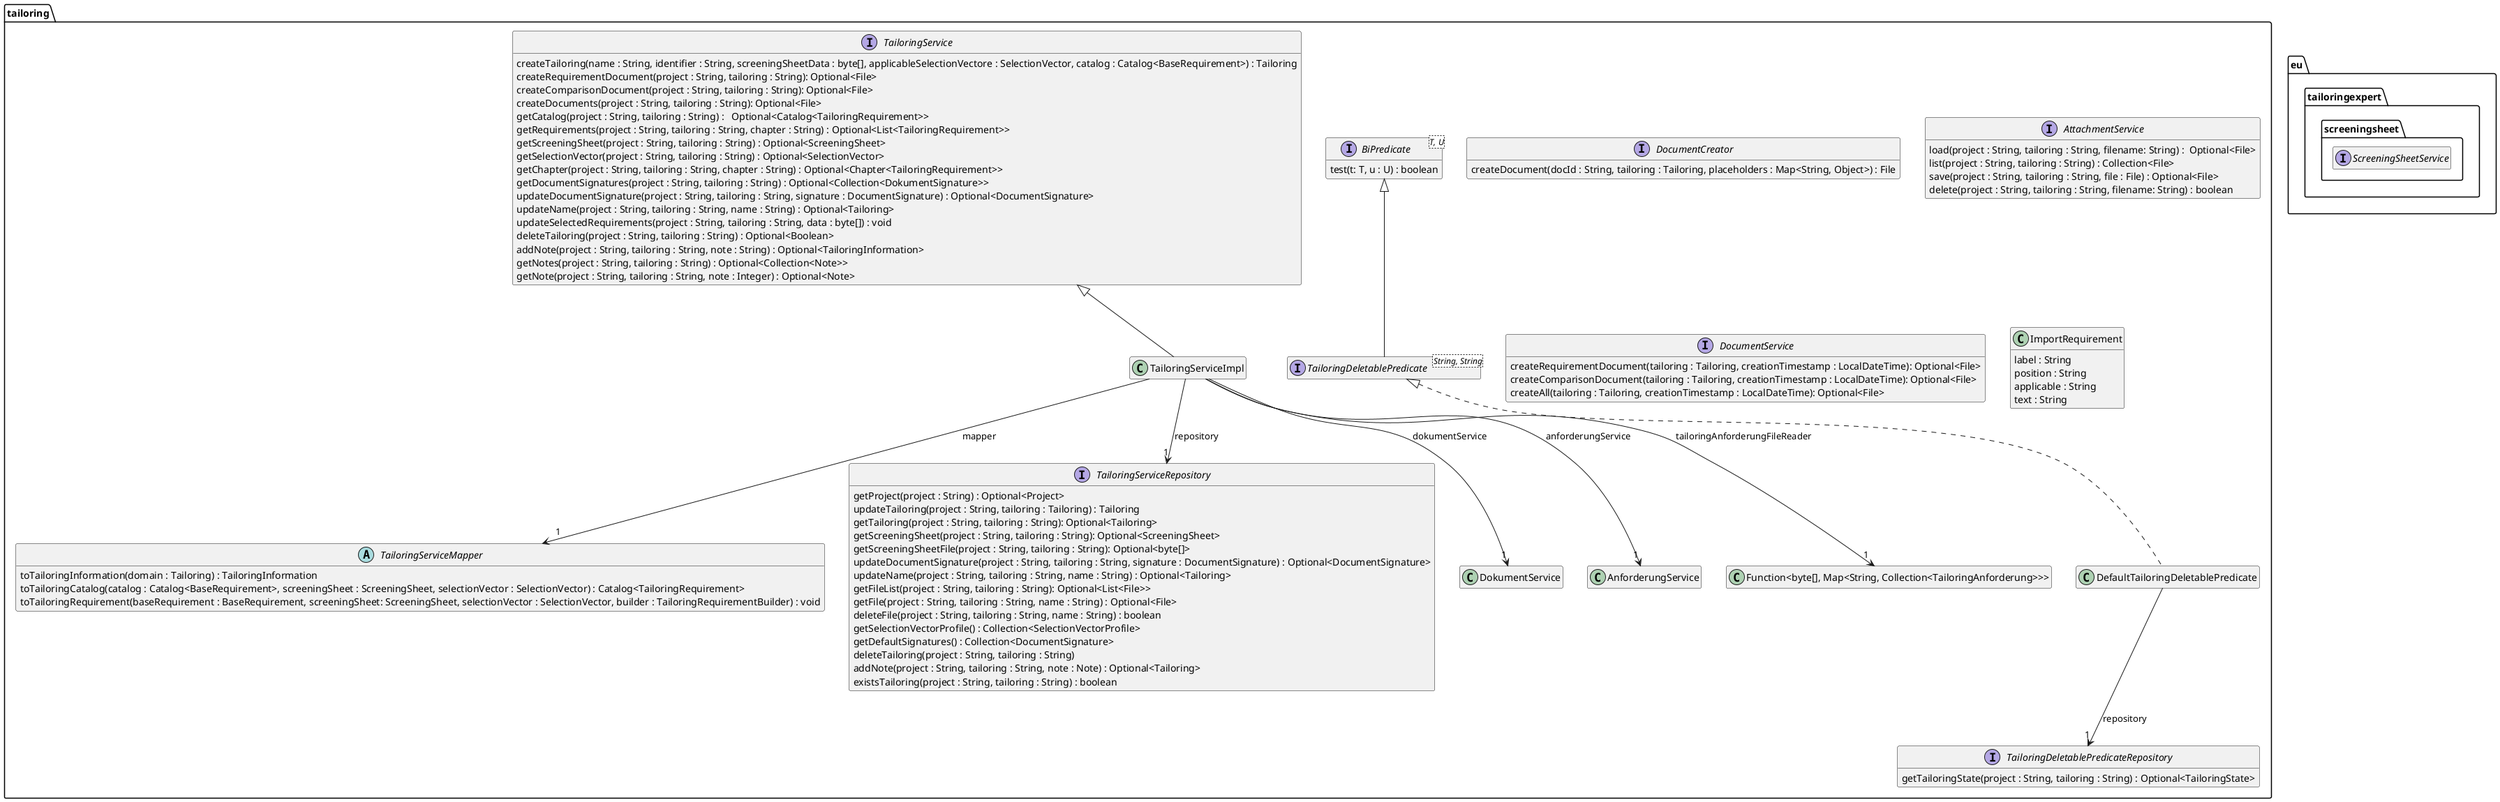
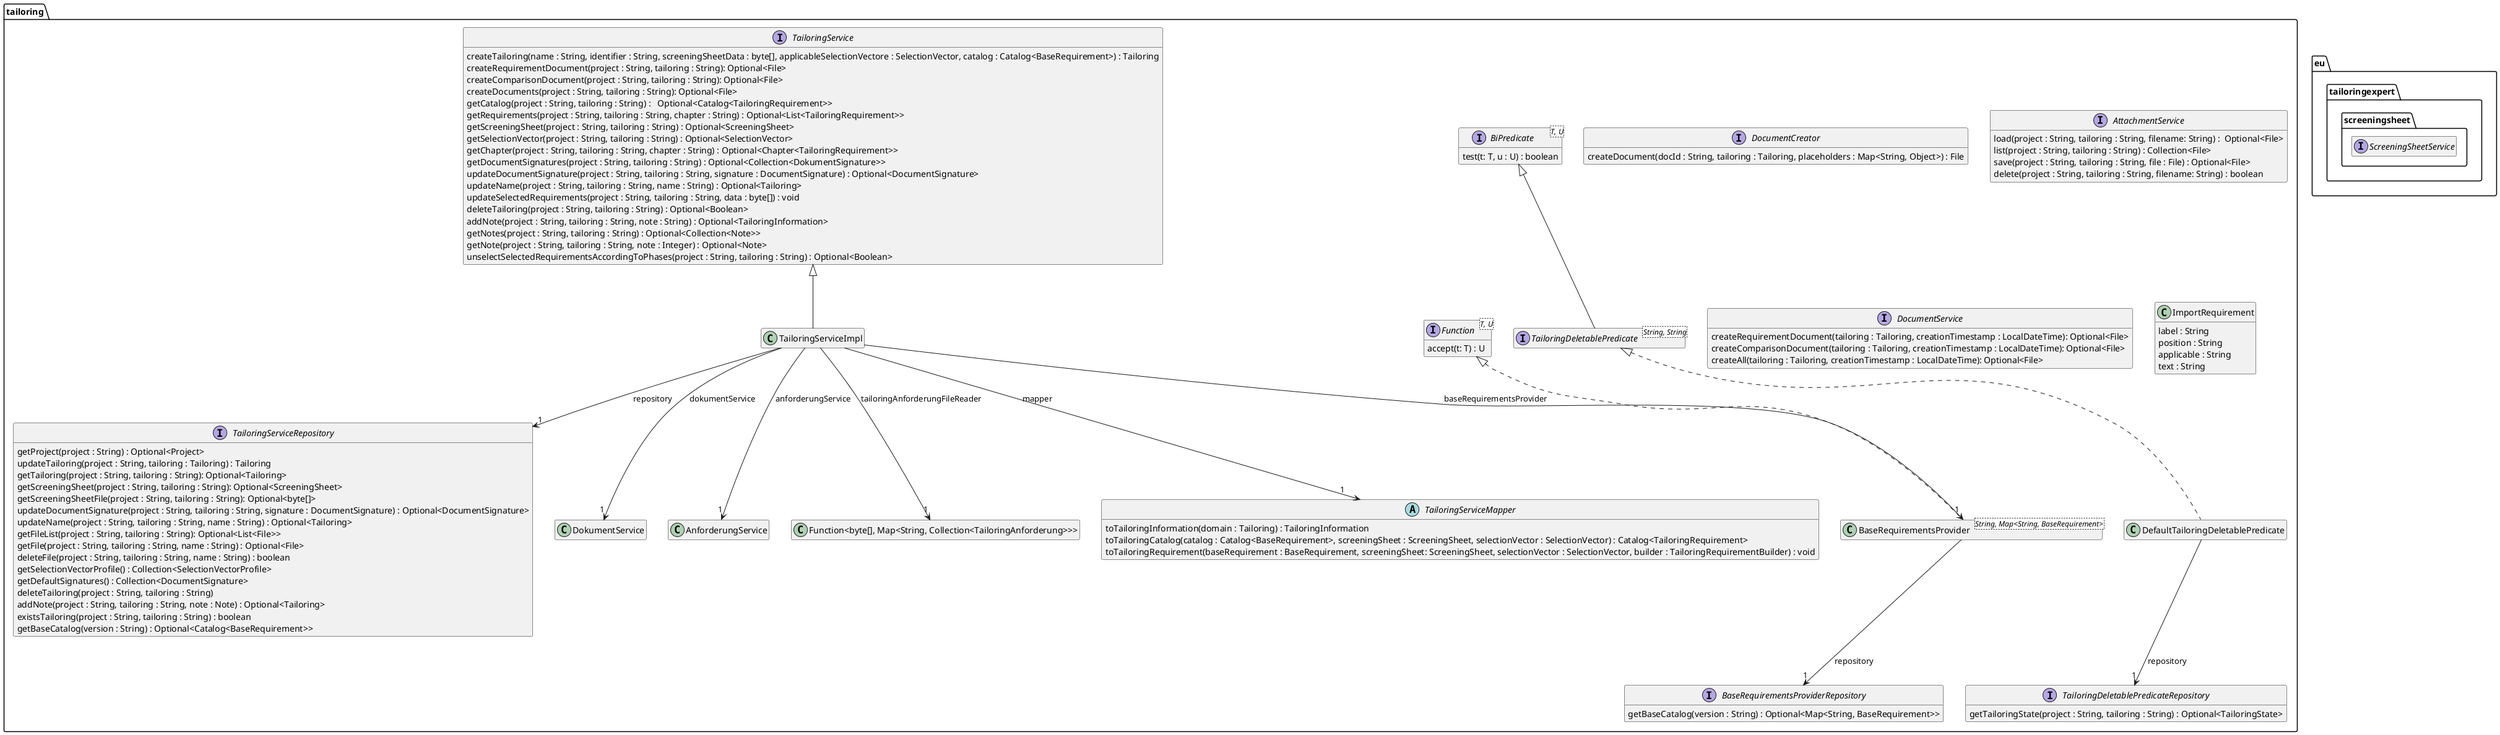
@startuml Ebene3.png
hide empty members

package eu.tailoringexpert {
    package screeningsheet {
        interface ScreeningSheetService
    }
}

package tailoring {

    interface DocumentCreator {
        createDocument(docId : String, tailoring : Tailoring, placeholders : Map<String, Object>) : File
    }

    interface TailoringDeletablePredicateRepository {
        getTailoringState(project : String, tailoring : String) : Optional<TailoringState>
    }

    interface "BiPredicate<T, U>" as BiPredicate {
         test(t: T, u : U) : boolean
    }
    interface "TailoringDeletablePredicate<String, String>"  as TailoringDeletablePredicate{
    }
    BiPredicate <|-- TailoringDeletablePredicate
    class DefaultTailoringDeletablePredicate {
    }
    TailoringDeletablePredicate <|.. DefaultTailoringDeletablePredicate
    DefaultTailoringDeletablePredicate --> "1" TailoringDeletablePredicateRepository : repository

+     interface "Function<T, U>" as Function {
+          accept(t: T) : U
+     }

+ 
+     interface BaseRequirementsProviderRepository {
+         getBaseCatalog(version : String) : Optional<Map<String, BaseRequirement>>
+     }
+ 
+     class "BaseRequirementsProvider<String, Map<String, BaseRequirement>>"  as BaseRequirementsProvider {
+     }
+     Function <|.. BaseRequirementsProvider
+     BaseRequirementsProvider --> "1" BaseRequirementsProviderRepository : repository

    interface TailoringService {
        createTailoring(name : String, identifier : String, screeningSheetData : byte[], applicableSelectionVectore : SelectionVector, catalog : Catalog<BaseRequirement>) : Tailoring
        createRequirementDocument(project : String, tailoring : String): Optional<File>
        createComparisonDocument(project : String, tailoring : String): Optional<File>
        createDocuments(project : String, tailoring : String): Optional<File>
        getCatalog(project : String, tailoring : String) :   Optional<Catalog<TailoringRequirement>>
        getRequirements(project : String, tailoring : String, chapter : String) : Optional<List<TailoringRequirement>>
        getScreeningSheet(project : String, tailoring : String) : Optional<ScreeningSheet>
        getSelectionVector(project : String, tailoring : String) : Optional<SelectionVector>
        getChapter(project : String, tailoring : String, chapter : String) : Optional<Chapter<TailoringRequirement>>
        getDocumentSignatures(project : String, tailoring : String) : Optional<Collection<DokumentSignature>>
        updateDocumentSignature(project : String, tailoring : String, signature : DocumentSignature) : Optional<DocumentSignature>
        updateName(project : String, tailoring : String, name : String) : Optional<Tailoring>
        updateSelectedRequirements(project : String, tailoring : String, data : byte[]) : void
        deleteTailoring(project : String, tailoring : String) : Optional<Boolean>
        addNote(project : String, tailoring : String, note : String) : Optional<TailoringInformation>
        getNotes(project : String, tailoring : String) : Optional<Collection<Note>>
        getNote(project : String, tailoring : String, note : Integer) : Optional<Note>
+         unselectSelectedRequirementsAccordingToPhases(project : String, tailoring : String) : Optional<Boolean>
    }

    interface AttachmentService {
        load(project : String, tailoring : String, filename: String) :  Optional<File>
        list(project : String, tailoring : String) : Collection<File>
        save(project : String, tailoring : String, file : File) : Optional<File>
        delete(project : String, tailoring : String, filename: String) : boolean
    }

    abstract class TailoringServiceMapper {
        toTailoringInformation(domain : Tailoring) : TailoringInformation
        toTailoringCatalog(catalog : Catalog<BaseRequirement>, screeningSheet : ScreeningSheet, selectionVector : SelectionVector) : Catalog<TailoringRequirement>
        toTailoringRequirement(baseRequirement : BaseRequirement, screeningSheet: ScreeningSheet, selectionVector : SelectionVector, builder : TailoringRequirementBuilder) : void
    }

    interface TailoringServiceRepository {
        getProject(project : String) : Optional<Project>
        updateTailoring(project : String, tailoring : Tailoring) : Tailoring
        getTailoring(project : String, tailoring : String): Optional<Tailoring>
        getScreeningSheet(project : String, tailoring : String): Optional<ScreeningSheet>
        getScreeningSheetFile(project : String, tailoring : String): Optional<byte[]>
        updateDocumentSignature(project : String, tailoring : String, signature : DocumentSignature) : Optional<DocumentSignature>
        updateName(project : String, tailoring : String, name : String) : Optional<Tailoring>
        getFileList(project : String, tailoring : String): Optional<List<File>>
        getFile(project : String, tailoring : String, name : String) : Optional<File>
        deleteFile(project : String, tailoring : String, name : String) : boolean
        getSelectionVectorProfile() : Collection<SelectionVectorProfile>
        getDefaultSignatures() : Collection<DocumentSignature>
        deleteTailoring(project : String, tailoring : String)
        addNote(project : String, tailoring : String, note : Note) : Optional<Tailoring>
        existsTailoring(project : String, tailoring : String) : boolean
+         getBaseCatalog(version : String) : Optional<Catalog<BaseRequirement>>
    }

    interface DocumentService {
        createRequirementDocument(tailoring : Tailoring, creationTimestamp : LocalDateTime): Optional<File>
        createComparisonDocument(tailoring : Tailoring, creationTimestamp : LocalDateTime): Optional<File>
        createAll(tailoring : Tailoring, creationTimestamp : LocalDateTime): Optional<File>
    }

    class ImportRequirement {
        label : String
        position : String
        applicable : String
        text : String
    }

    class TailoringServiceImpl {
    }
    TailoringService <|-- TailoringServiceImpl
    TailoringServiceImpl --> "1" TailoringServiceRepository : repository
    TailoringServiceImpl --> "1" TailoringServiceMapper : mapper
    TailoringServiceImpl --> "1" DokumentService : dokumentService
    TailoringServiceImpl --> "1" AnforderungService : anforderungService
    TailoringServiceImpl --> "1" "Function<byte[], Map<String, Collection<TailoringAnforderung>>>" : tailoringAnforderungFileReader
+     TailoringServiceImpl --> "1" BaseRequirementsProvider : baseRequirementsProvider
}
@enduml
